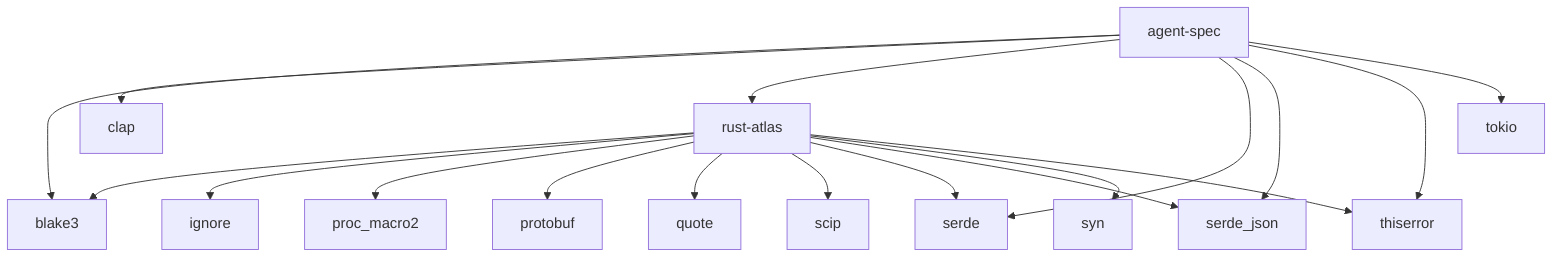
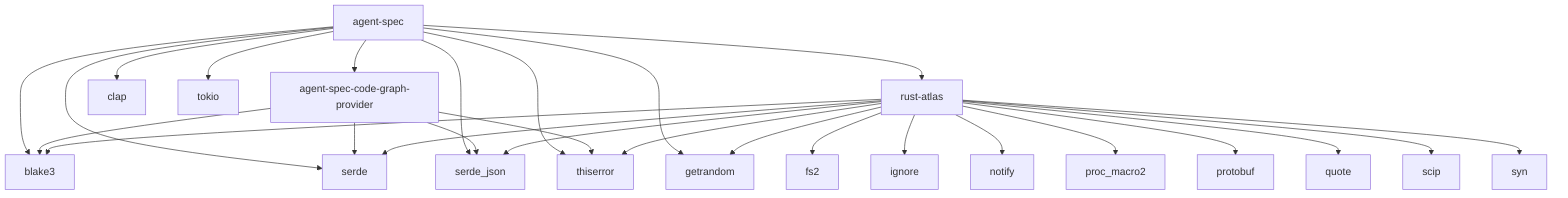
graph TD
  agent_spec["agent-spec"]
+   agent_spec_code_graph_provider["agent-spec-code-graph-provider"]
  rust_atlas["rust-atlas"]
+   agent_spec --> agent_spec_code_graph_provider
  agent_spec --> blake3
  agent_spec --> clap
+   agent_spec --> getrandom
  agent_spec --> rust_atlas
  agent_spec --> serde
  agent_spec --> serde_json
  agent_spec --> thiserror
  agent_spec --> tokio
+   agent_spec_code_graph_provider --> blake3
+   agent_spec_code_graph_provider --> serde
+   agent_spec_code_graph_provider --> serde_json
+   agent_spec_code_graph_provider --> thiserror
  rust_atlas --> blake3
+   rust_atlas --> fs2
+   rust_atlas --> getrandom
  rust_atlas --> ignore
+   rust_atlas --> notify
  rust_atlas --> proc_macro2
  rust_atlas --> protobuf
  rust_atlas --> quote
  rust_atlas --> scip
  rust_atlas --> serde
  rust_atlas --> serde_json
  rust_atlas --> syn
  rust_atlas --> thiserror
